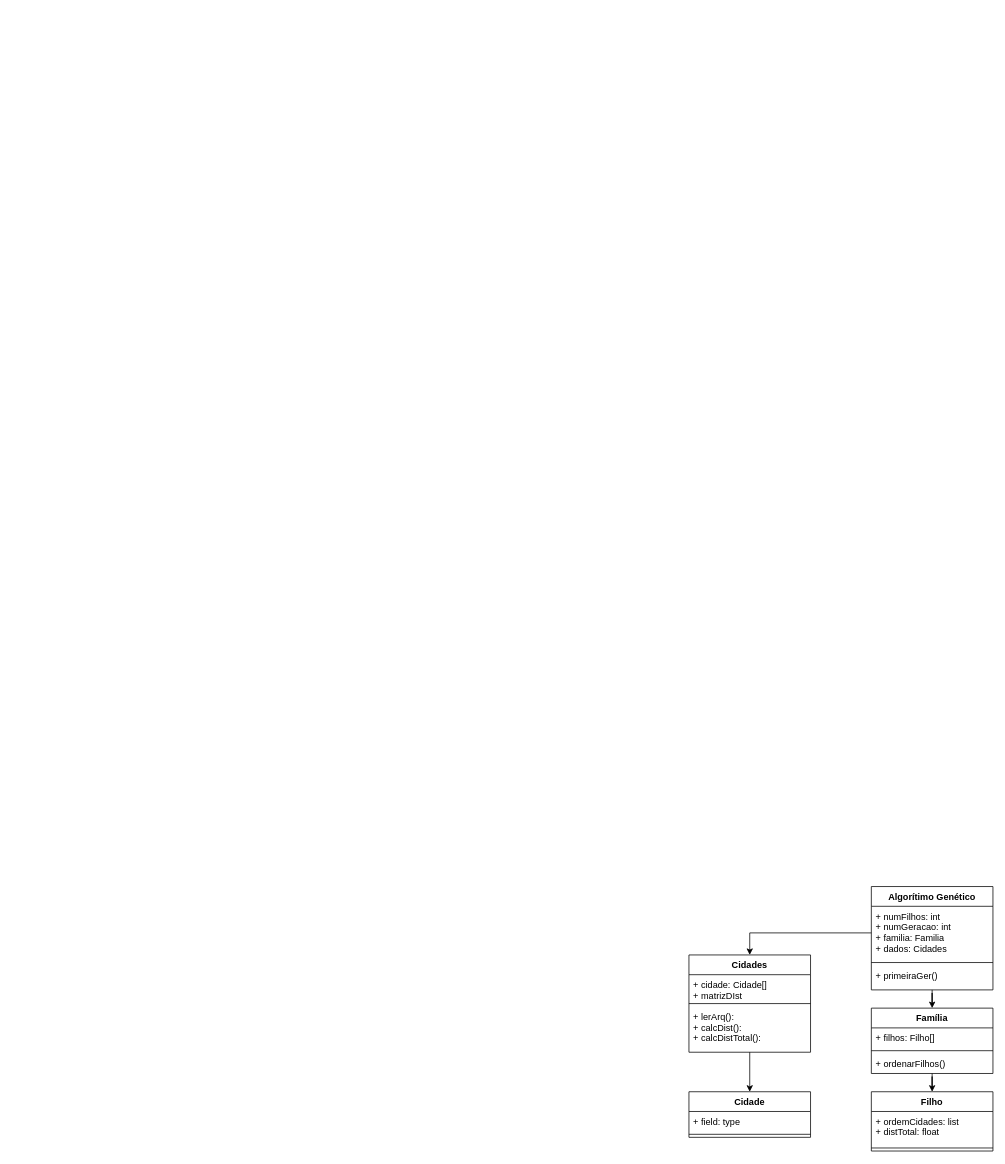
This is DiagramaDeClasses.drawio from IgorNascAlves/GA-TSP, a draw.io file, before an edit. Source tidied: cells renumbered, new cells numbered last; positions are measured from the earlier drawing's top-left corner, leaving out a move shared by most shapes. Both pictures are drawn from the tidied source at 76%, with x=0, y=0 at pixel (689, 886).
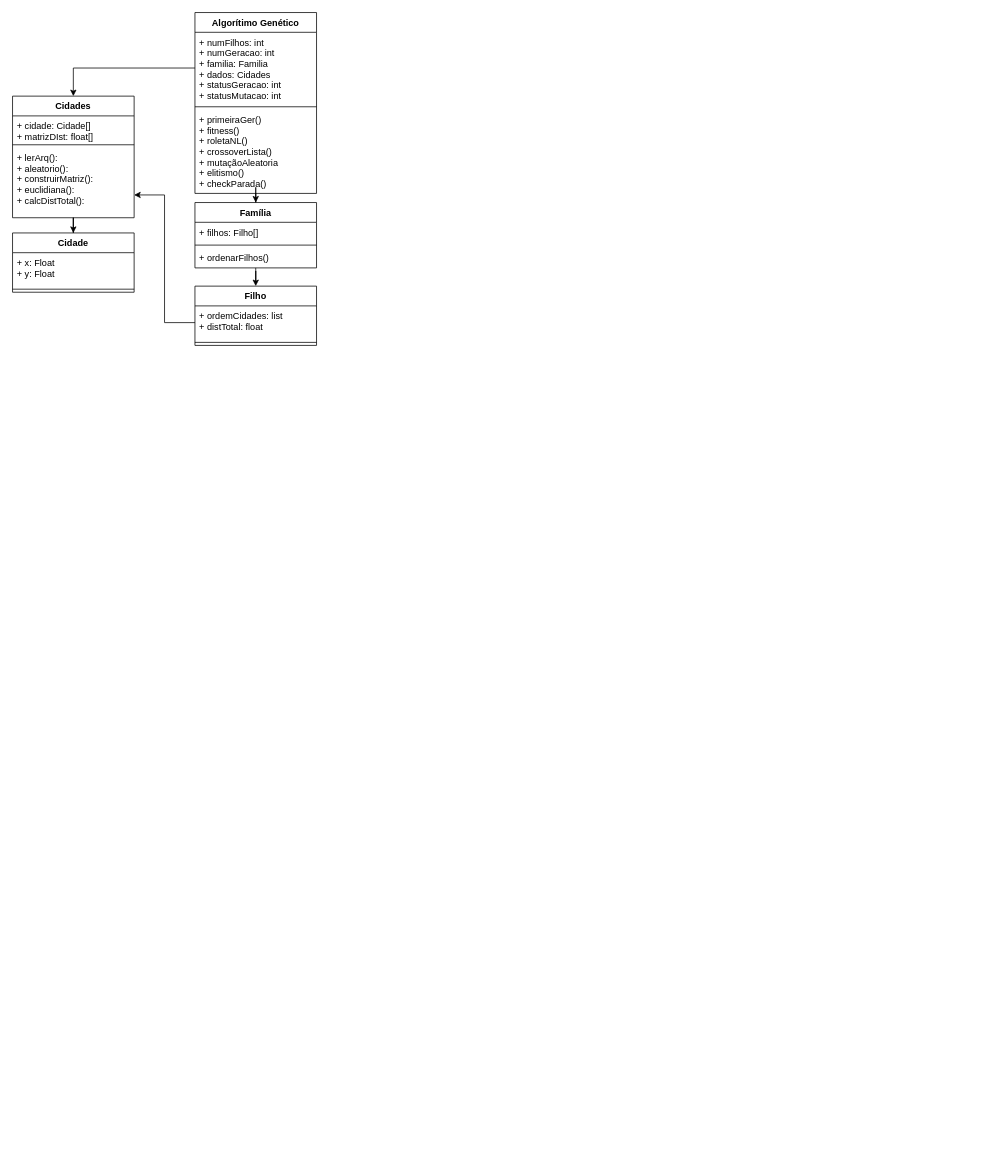
The same diagram, later.

The change refers to these unchanged cells:
```xml
<mxCell id="21" value="+ ordemCidades: list&#10;+ distTotal: float" style="text;strokeColor=none;fillColor=none;align=left;verticalAlign=top;spacingLeft=4;spacingRight=4;overflow=hidden;points=[[0,0.5],[1,0.5]];portConstraint=eastwest;" parent="20" vertex="1">
  <mxGeometry y="26" width="160" height="44" as="geometry" />
</mxCell>
```

Change to the diagram source:
```diff
@@
     <mxCell id="2" value="Cidade" style="swimlane;fontStyle=1;align=center;verticalAlign=top;horizontal=1;startSize=26;" parent="1" vertex="1">
-      <mxGeometry y="270" width="160" height="60" as="geometry" />
+      <mxGeometry x="-890" y="-860" width="160" height="78" as="geometry" />
     </mxCell>
-    <mxCell id="3" value="+ field: type" style="text;strokeColor=none;fillColor=none;align=left;verticalAlign=top;spacingLeft=4;spacingRight=4;overflow=hidden;" parent="2" vertex="1">
-      <mxGeometry y="26" width="160" height="26" as="geometry" />
+    <mxCell id="3" value="+ x: Float&#10;+ y: Float" style="text;strokeColor=none;fillColor=none;align=left;verticalAlign=top;spacingLeft=4;spacingRight=4;overflow=hidden;" parent="2" vertex="1">
+      <mxGeometry y="26" width="160" height="44" as="geometry" />
     </mxCell>
     <mxCell id="4" style="line;strokeWidth=1;fillColor=none;align=left;verticalAlign=middle;spacingTop=-1;spacingLeft=3;spacingRight=3;labelPosition=right;" parent="2" vertex="1">
-      <mxGeometry y="52" width="160" height="8" as="geometry" />
+      <mxGeometry y="70" width="160" height="8" as="geometry" />
     </mxCell>
@@
     <mxCell id="6" value="Algorítimo Genético" style="swimlane;fontStyle=1;align=center;verticalAlign=top;horizontal=1;startSize=26;" parent="1" vertex="1">
-      <mxGeometry x="240" width="160" height="136" as="geometry" />
+      <mxGeometry x="-650" y="-1150" width="160" height="238" as="geometry" />
     </mxCell>
-    <mxCell id="7" value="+ numFilhos: int&#10;+ numGeracao: int&#10;+ familia: Familia&#10;+ dados: Cidades" style="text;strokeColor=none;fillColor=none;align=left;verticalAlign=top;spacingLeft=4;spacingRight=4;overflow=hidden;points=[[0,0.5],[1,0.5]];portConstraint=eastwest;" parent="6" vertex="1">
-      <mxGeometry y="26" width="160" height="70" as="geometry" />
+    <mxCell id="7" value="+ numFilhos: int&#10;+ numGeracao: int&#10;+ familia: Familia&#10;+ dados: Cidades&#10;+ statusGeracao: int&#10;+ statusMutacao: int" style="text;strokeColor=none;fillColor=none;align=left;verticalAlign=top;spacingLeft=4;spacingRight=4;overflow=hidden;points=[[0,0.5],[1,0.5]];portConstraint=eastwest;" parent="6" vertex="1">
+      <mxGeometry y="26" width="160" height="94" as="geometry" />
     </mxCell>
     <mxCell id="8" style="line;strokeWidth=1;fillColor=none;align=left;verticalAlign=middle;spacingTop=-1;spacingLeft=3;spacingRight=3;labelPosition=right;" parent="6" vertex="1">
-      <mxGeometry y="96" width="160" height="8" as="geometry" />
+      <mxGeometry y="120" width="160" height="8" as="geometry" />
     </mxCell>
-    <mxCell id="9" value="+ primeiraGer()" style="text;strokeColor=none;fillColor=none;align=left;verticalAlign=top;spacingLeft=4;spacingRight=4;overflow=hidden;" parent="6" vertex="1">
-      <mxGeometry y="104" width="160" height="32" as="geometry" />
+    <mxCell id="9" value="+ primeiraGer()&#10;+ fitness()&#10;+ roletaNL()&#10;+ crossoverLista()&#10;+ mutaçãoAleatoria&#10;+ elitismo()&#10;+ checkParada()" style="text;strokeColor=none;fillColor=none;align=left;verticalAlign=top;spacingLeft=4;spacingRight=4;overflow=hidden;" parent="6" vertex="1">
+      <mxGeometry y="128" width="160" height="110" as="geometry" />
     </mxCell>
@@
     <mxCell id="11" value="Cidades" style="swimlane;fontStyle=1;align=center;verticalAlign=top;horizontal=1;startSize=26;" parent="1" vertex="1">
-      <mxGeometry y="90" width="160" height="128" as="geometry" />
+      <mxGeometry x="-890" y="-1040" width="160" height="160" as="geometry" />
     </mxCell>
-    <mxCell id="12" value="+ cidade: Cidade[]&#10;+ matrizDIst" style="text;strokeColor=none;fillColor=none;align=left;verticalAlign=top;spacingLeft=4;spacingRight=4;overflow=hidden;" parent="11" vertex="1">
+    <mxCell id="12" value="+ cidade: Cidade[]&#10;+ matrizDIst: float[]" style="text;strokeColor=none;fillColor=none;align=left;verticalAlign=top;spacingLeft=4;spacingRight=4;overflow=hidden;" parent="11" vertex="1">
       <mxGeometry y="26" width="160" height="34" as="geometry" />
     </mxCell>
@@
-    <mxCell id="14" value="+ lerArq():&#10;+ calcDist():&#10;+ calcDistTotal():" style="text;strokeColor=none;fillColor=none;align=left;verticalAlign=top;spacingLeft=4;spacingRight=4;overflow=hidden;points=[[0,0.5],[1,0.5]];portConstraint=eastwest;" parent="11" vertex="1">
-      <mxGeometry y="68" width="160" height="60" as="geometry" />
+    <mxCell id="14" value="+ lerArq():&#10;+ aleatorio():&#10;+ construirMatriz():&#10;+ euclidiana():&#10;+ calcDistTotal():" style="text;strokeColor=none;fillColor=none;align=left;verticalAlign=top;spacingLeft=4;spacingRight=4;overflow=hidden;points=[[0,0.5],[1,0.5]];portConstraint=eastwest;" parent="11" vertex="1">
+      <mxGeometry y="68" width="160" height="92" as="geometry" />
     </mxCell>
@@
     <mxCell id="16" value="Família" style="swimlane;fontStyle=1;align=center;verticalAlign=top;horizontal=1;startSize=26;" parent="1" vertex="1">
-      <mxGeometry x="240" y="160" width="160" height="86" as="geometry" />
+      <mxGeometry x="-650" y="-900" width="160" height="86" as="geometry" />
     </mxCell>
@@
     <mxCell id="20" value="Filho" style="swimlane;fontStyle=1;align=center;verticalAlign=top;horizontal=1;startSize=26;" parent="1" vertex="1">
-      <mxGeometry x="240" y="270" width="160" height="78" as="geometry" />
+      <mxGeometry x="-650" y="-790" width="160" height="78" as="geometry" />
     </mxCell>
@@
+    <mxCell id="24" style="edgeStyle=orthogonalEdgeStyle;rounded=0;jettySize=auto;html=1;entryX=1;entryY=0.674;entryDx=0;entryDy=0;entryPerimeter=0;" parent="1" edge="1" source="21" target="14">
+      <mxGeometry relative="1" as="geometry" />
+    </mxCell>
```
